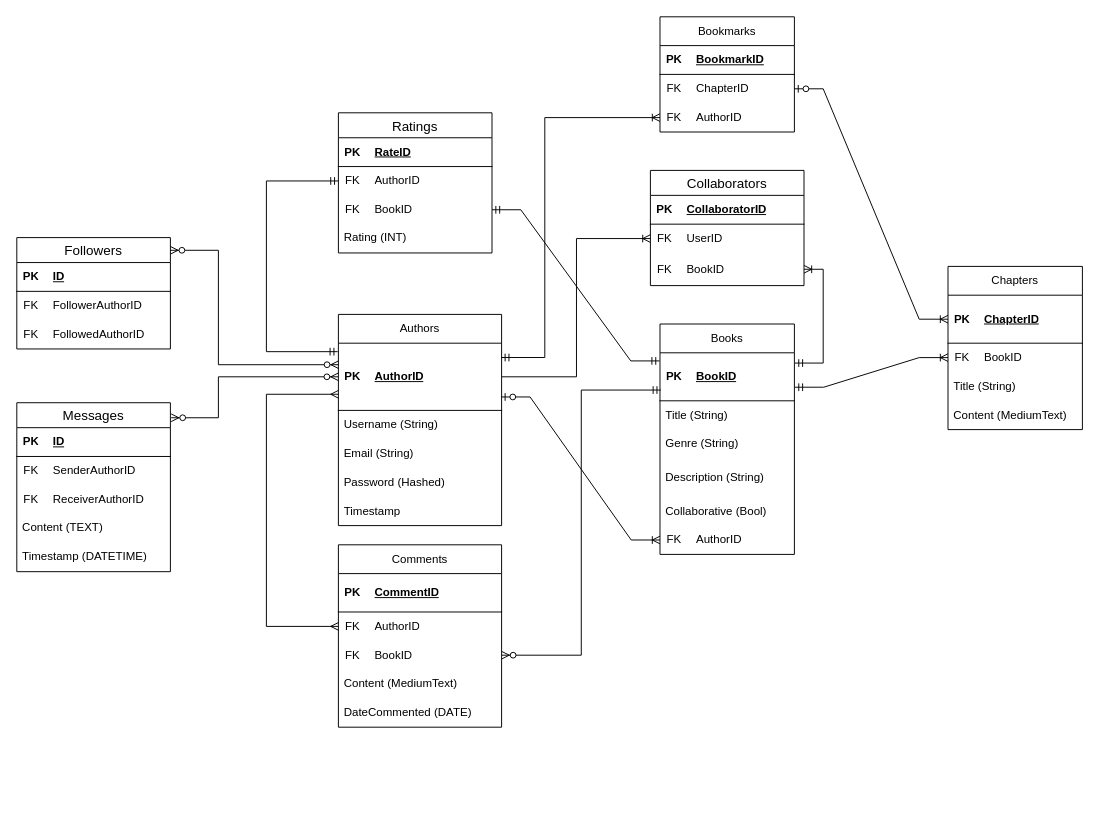
Above: UniRead.drawio in Mortreddd/uniread (draw.io), before the change. Source tidied: cells renumbered, new cells numbered last; positions are measured from the earlier drawing's top-left corner, leaving out a move shared by most shapes. Both pictures are drawn from the tidied source at 96%, with x=0, y=0 at pixel (16, 16).
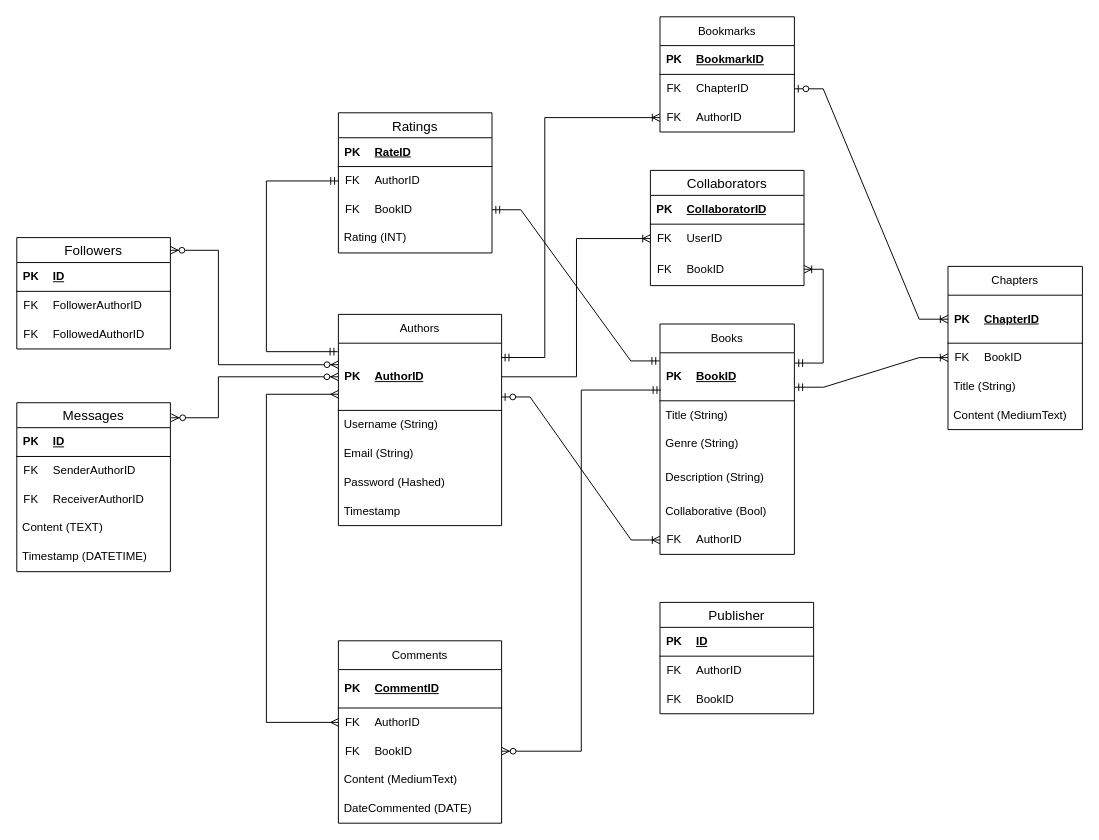
The same page after the edit.

The edit, as a diff of the source:
```diff
@@
     <mxCell id="37" value="Comments" style="swimlane;fontStyle=0;horizontal=1;startSize=30;whiteSpace=wrap;html=1;" parent="1" vertex="1">
-      <mxGeometry x="335" y="550" width="170" height="190" as="geometry" />
+      <mxGeometry x="335" y="650" width="170" height="190" as="geometry" />
     </mxCell>
@@
+    <mxCell id="128" value="Publisher" style="swimlane;fontStyle=0;horizontal=1;startSize=26;align=center;fontSize=14;" parent="1" vertex="1">
+      <mxGeometry x="670" y="610" width="160" height="116" as="geometry" />
+    </mxCell>
+    <mxCell id="129" style="shape=table;startSize=0;childLayout=tableLayout;rowLines=0;fontStyle=0;align=center;strokeColor=none;fillColor=none;" parent="128" vertex="1">
+      <mxGeometry y="26" width="160" height="30" as="geometry" />
+    </mxCell>
+    <mxCell id="130" style="shape=tableRow;horizontal=0;startSize=0;swimlaneHead=0;swimlaneBody=0;fillColor=none;top=0;left=0;right=0;bottom=1;" parent="129" vertex="1">
+      <mxGeometry width="160" height="30" as="geometry" />
+    </mxCell>
+    <mxCell id="131" value="PK" style="shape=partialRectangle;fillColor=none;top=0;left=0;bottom=0;right=0;fontStyle=1;overflow=hidden;whiteSpace=wrap;html=1;" parent="130" vertex="1">
+      <mxGeometry width="30" height="30" as="geometry" />
+    </mxCell>
+    <mxCell id="132" value="ID" style="shape=partialRectangle;fillColor=none;top=0;left=0;bottom=0;right=0;align=left;spacingLeft=6;fontStyle=5;overflow=hidden;whiteSpace=wrap;html=1;" parent="130" vertex="1">
+      <mxGeometry x="30" width="130" height="30" as="geometry" />
+    </mxCell>
+    <mxCell id="133" style="shape=table;startSize=0;childLayout=tableLayout;rowLines=0;fontStyle=0;align=center;strokeColor=none;fillColor=none;" parent="128" vertex="1">
+      <mxGeometry y="56" width="160" height="30" as="geometry" />
+    </mxCell>
+    <mxCell id="134" style="shape=tableRow;horizontal=0;startSize=0;swimlaneHead=0;swimlaneBody=0;fillColor=none;top=0;left=0;right=0;bottom=0;" parent="133" vertex="1">
+      <mxGeometry width="160" height="30" as="geometry" />
+    </mxCell>
+    <mxCell id="135" value="FK" style="shape=partialRectangle;fillColor=none;top=0;left=0;bottom=0;right=0;fontStyle=0;overflow=hidden;whiteSpace=wrap;html=1;" parent="134" vertex="1">
+      <mxGeometry width="30" height="30" as="geometry" />
+    </mxCell>
+    <mxCell id="136" value="AuthorID" style="shape=partialRectangle;fillColor=none;top=0;left=0;bottom=0;right=0;align=left;spacingLeft=6;fontStyle=0;overflow=hidden;whiteSpace=wrap;html=1;" parent="134" vertex="1">
+      <mxGeometry x="30" width="130" height="30" as="geometry" />
+    </mxCell>
+    <mxCell id="137" style="shape=table;startSize=0;childLayout=tableLayout;rowLines=0;fontStyle=0;align=center;strokeColor=none;fillColor=none;" parent="128" vertex="1">
+      <mxGeometry y="86" width="160" height="30" as="geometry" />
+    </mxCell>
+    <mxCell id="138" style="shape=tableRow;horizontal=0;startSize=0;swimlaneHead=0;swimlaneBody=0;fillColor=none;top=0;left=0;right=0;bottom=0;" parent="137" vertex="1">
+      <mxGeometry width="160" height="30" as="geometry" />
+    </mxCell>
+    <mxCell id="139" value="FK" style="shape=partialRectangle;fillColor=none;top=0;left=0;bottom=0;right=0;fontStyle=0;overflow=hidden;whiteSpace=wrap;html=1;" parent="138" vertex="1">
+      <mxGeometry width="30" height="30" as="geometry" />
+    </mxCell>
+    <mxCell id="140" value="BookID" style="shape=partialRectangle;fillColor=none;top=0;left=0;bottom=0;right=0;align=left;spacingLeft=6;fontStyle=0;overflow=hidden;whiteSpace=wrap;html=1;" parent="138" vertex="1">
+      <mxGeometry x="30" width="130" height="30" as="geometry" />
+    </mxCell>
```
